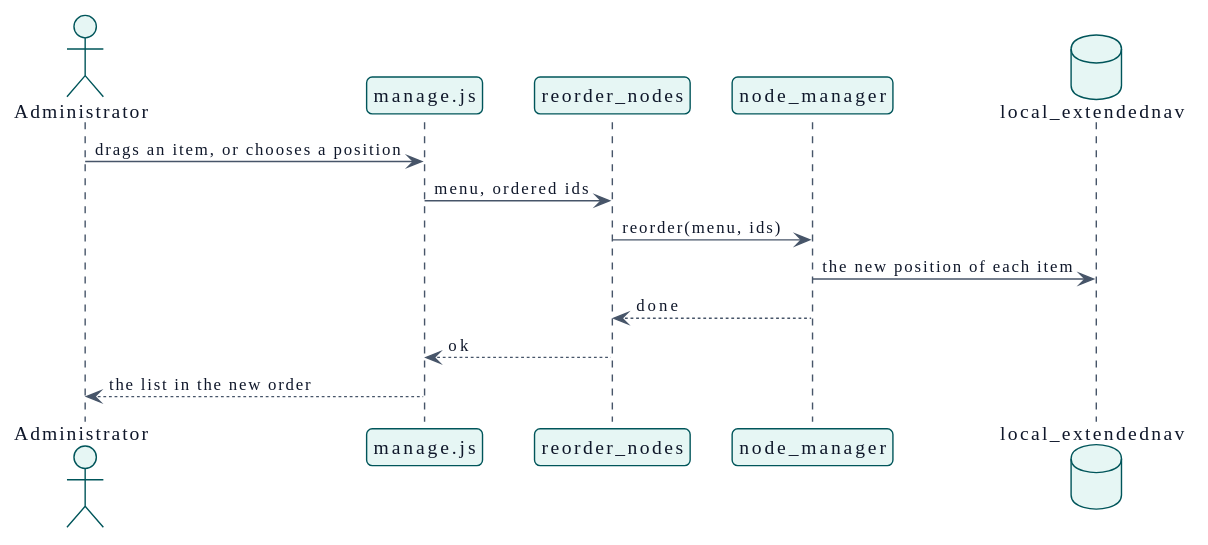
didactika/moodle-local_extendednav keeps this PlantUML diagram as docs/en/technical/design/use-cases/reorderNodes/sequence.svg. Above is the earlier version. Source of this version:
```plantuml
@startuml
!theme plain
skinparam backgroundColor #FFFFFF
skinparam defaultFontName IBM Plex Sans
skinparam defaultFontSize 14
skinparam defaultFontColor #0F172A
skinparam shadowing false
skinparam packageStyle rectangle
skinparam ArrowFontSize 12
skinparam ClassAttributeIconSize 0
skinparam roundCorner 8
skinparam ArrowColor #475569
skinparam ArrowFontColor #0F172A
skinparam NoteBackgroundColor #FDF3DC
skinparam NoteBorderColor #00555A
skinparam NoteFontColor #0F172A
skinparam class {
  BackgroundColor #E6F6F4
  BorderColor #00555A
  FontColor #0F172A
}
skinparam entity {
  BackgroundColor #E6F6F4
  BorderColor #00555A
  FontColor #0F172A
}
skinparam participant {
  BackgroundColor #E6F6F4
  BorderColor #00555A
  FontColor #0F172A
}
skinparam actor {
  BackgroundColor #E6F6F4
  BorderColor #00555A
  FontColor #0F172A
}
skinparam database {
  BackgroundColor #E6F6F4
  BorderColor #00555A
  FontColor #0F172A
}
skinparam component {
  BackgroundColor #E6F6F4
  BorderColor #00555A
  FontColor #0F172A
}
skinparam node {
  BackgroundColor #E6F6F4
  BorderColor #00555A
  FontColor #0F172A
}
skinparam usecase {
  BackgroundColor #E6F6F4
  BorderColor #00555A
  FontColor #0F172A
}
skinparam interface {
  BackgroundColor #E6F6F4
  BorderColor #00555A
  FontColor #0F172A
}
skinparam state {
  BackgroundColor #E6F6F4
  BorderColor #00555A
  FontColor #0F172A
  StartColor #475569
  EndColor #475569
  ArrowColor #475569
}
skinparam package {
  BackgroundColor #F1F5F9
  BorderColor #00555A
  FontColor #0F172A
}
skinparam sequence {
  LifeLineBorderColor #475569
  LifeLineBackgroundColor #E6F6F4
  ArrowColor #475569
  GroupBorderColor #00555A
  GroupBackgroundColor #F1F5F9
}
skinparam package<<level1>> {
  BackgroundColor #A7DDD5
  BorderColor #00555A
  FontColor #0F172A
}
skinparam package<<level2>> {
  BackgroundColor #C8EEE9
  BorderColor #00555A
  FontColor #0F172A
}
skinparam package<<level3>> {
  BackgroundColor #E6F6F4
  BorderColor #00555A
  FontColor #0F172A
}
skinparam package<<level4>> {
  BackgroundColor #F4FBFA
  BorderColor #00555A
  FontColor #0F172A
}
hide <<level1>> stereotype
hide <<level2>> stereotype
hide <<level3>> stereotype
hide <<level4>> stereotype
skinparam linetype polyline
skinparam responseMessageBelowArrow true

actor "Administrator" as actor
participant "manage.js" as js
participant "reorder_nodes" as service
participant "node_manager" as manager
database "local_extendednav" as table

actor -> js : drags an item, or chooses a position
js -> service : menu, ordered ids
service -> manager : reorder(menu, ids)
manager -> table : the new position of each item
manager --> service : done
service --> js : ok
js --> actor : the list in the new order
@enduml
```
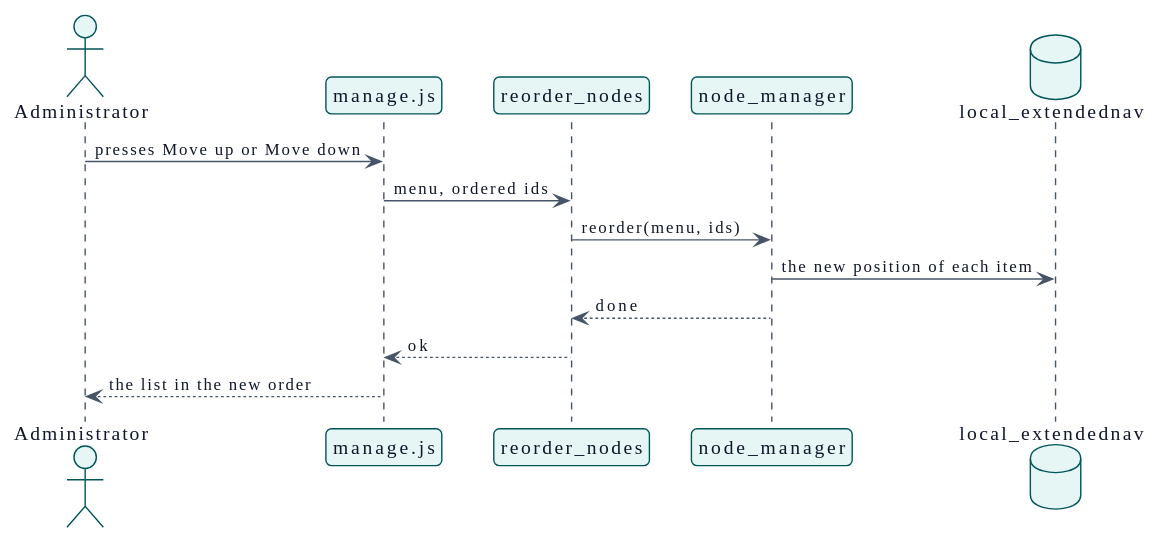
The same file after the commit.

Diff of the diagram source:
```diff
@@ -112,7 +112,7 @@
 participant "node_manager" as manager
 database "local_extendednav" as table
 
-actor -> js : drags an item, or chooses a position
+actor -> js : presses Move up or Move down
 js -> service : menu, ordered ids
 service -> manager : reorder(menu, ids)
 manager -> table : the new position of each item
```
